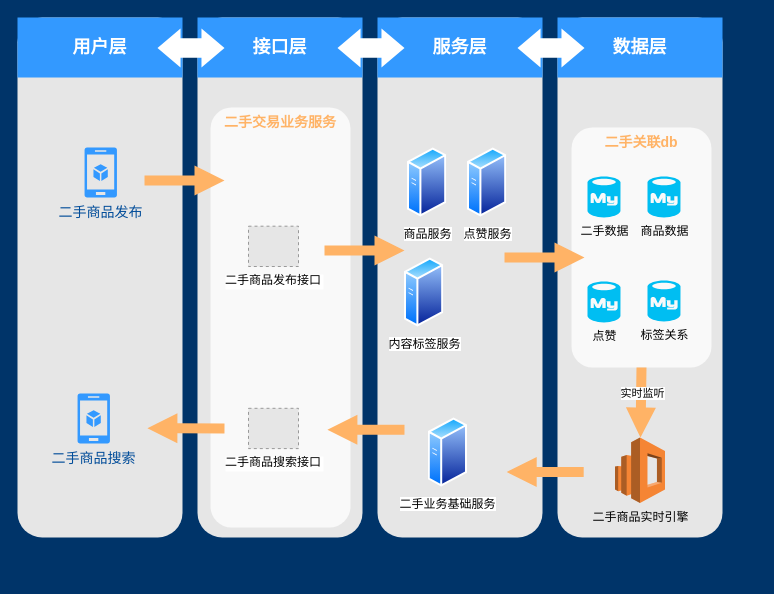
This is recycleitemtag.drawio from killermyth/Documents, a draw.io file, before an edit. Source tidied: cells renumbered, new cells numbered last; positions are measured from the earlier drawing's top-left corner, leaving out a move shared by most shapes. Both pictures are drawn from the tidied source at 100%, with x=0, y=0 at pixel (17, 17). Pictures stored in the file or linked from it are replaced by grey dashed boxes.
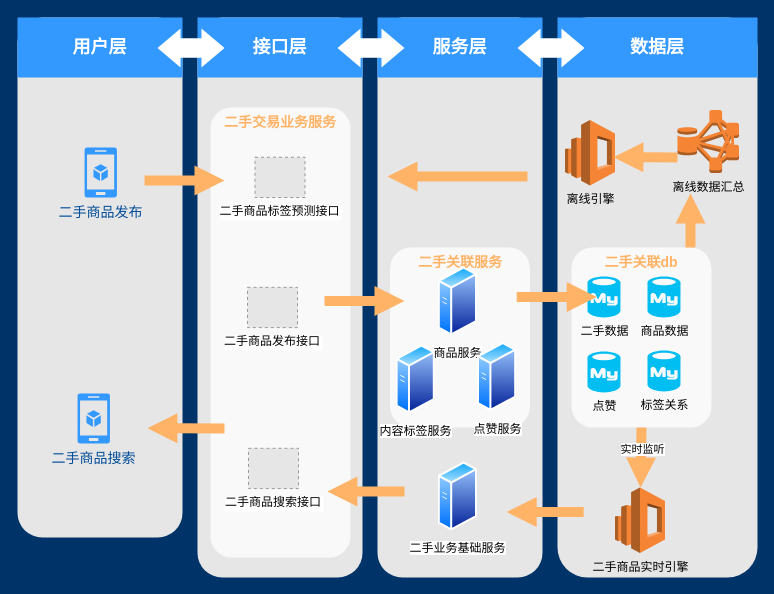
After the change.

The edit, as a diff of the source:
```diff
@@
     <mxCell id="3" style="rounded=1;whiteSpace=wrap;html=1;dashed=1;strokeColor=none;strokeWidth=2;fillColor=#E6E6E6;fontFamily=Verdana;fontSize=12;fontColor=#00BEF2;" parent="1" vertex="1">
-      <mxGeometry x="180" width="165" height="520" as="geometry" />
+      <mxGeometry x="180" width="165" height="560" as="geometry" />
     </mxCell>
     <mxCell id="4" style="rounded=1;whiteSpace=wrap;html=1;dashed=1;strokeColor=none;strokeWidth=2;fillColor=#E6E6E6;fontFamily=Verdana;fontSize=12;fontColor=#00BEF2;" parent="1" vertex="1">
-      <mxGeometry x="360" width="165" height="520" as="geometry" />
+      <mxGeometry x="360" width="165" height="560" as="geometry" />
     </mxCell>
     <mxCell id="5" style="rounded=1;whiteSpace=wrap;html=1;dashed=1;strokeColor=none;strokeWidth=2;fillColor=#E6E6E6;fontFamily=Verdana;fontSize=12;fontColor=#00BEF2;" parent="1" vertex="1">
-      <mxGeometry x="540" width="165" height="520" as="geometry" />
+      <mxGeometry x="540" width="200" height="560" as="geometry" />
     </mxCell>
@@
     <mxCell id="9" value="数据层" style="whiteSpace=wrap;html=1;dashed=1;strokeColor=none;strokeWidth=2;fillColor=#3399FF;fontFamily=Helvetica;fontSize=18;fontColor=#FFFFFF;fontStyle=1;" parent="1" vertex="1">
-      <mxGeometry x="540" width="165" height="60" as="geometry" />
+      <mxGeometry x="540" width="200" height="60" as="geometry" />
     </mxCell>
@@
     <mxCell id="14" value="二手关联db" style="rounded=1;whiteSpace=wrap;html=1;dashed=1;strokeColor=none;strokeWidth=2;fillColor=#FFFFFF;fontFamily=Helvetica;fontSize=14;fontColor=#FFB366;opacity=75;verticalAlign=top;fontStyle=1;" parent="1" vertex="1">
-      <mxGeometry x="554" y="110" width="140" height="240" as="geometry" />
+      <mxGeometry x="554" y="230" width="140" height="180" as="geometry" />
     </mxCell>
     <mxCell id="15" value="二手交易业务服务" style="rounded=1;whiteSpace=wrap;html=1;dashed=1;strokeColor=none;strokeWidth=2;fillColor=#FFFFFF;fontFamily=Helvetica;fontSize=14;fontColor=#FFB366;opacity=75;verticalAlign=top;fontStyle=1;" parent="1" vertex="1">
-      <mxGeometry x="193" y="90" width="140" height="420" as="geometry" />
+      <mxGeometry x="193" y="90" width="140" height="450" as="geometry" />
     </mxCell>
@@
-    <mxCell id="17" style="arrow;html=1;endArrow=block;endFill=1;strokeColor=none;strokeWidth=4;fontFamily=Helvetica;fontSize=36;fontColor=#FFB366;fillColor=#FFB366;opacity=100;" parent="1" edge="1">
-      <mxGeometry relative="1" as="geometry">
-        <mxPoint x="307" y="233" as="sourcePoint" />
-        <mxPoint x="387" y="233" as="targetPoint" />
-      </mxGeometry>
-    </mxCell>
-    <mxCell id="18" style="arrow;html=1;endArrow=block;endFill=1;strokeColor=none;strokeWidth=4;fontFamily=Helvetica;fontSize=36;fontColor=#FFB366;fillColor=#FFB366;" parent="1" edge="1">
-      <mxGeometry relative="1" as="geometry">
-        <mxPoint x="487" y="240" as="sourcePoint" />
-        <mxPoint x="567" y="240" as="targetPoint" />
-      </mxGeometry>
-    </mxCell>
@@
     <mxCell id="20" value="二手商品发布接口" style="fillColor=#E6E6E6;strokeColor=#999999;dashed=1;verticalLabelPosition=bottom;labelBackgroundColor=#ffffff;verticalAlign=top;" parent="1" vertex="1">
-      <mxGeometry x="231" y="208.7" width="50" height="40.3" as="geometry" />
+      <mxGeometry x="230" y="269.8" width="50" height="40.3" as="geometry" />
     </mxCell>
     <mxCell id="21" value="二手商品搜索接口" style="fillColor=#E6E6E6;strokeColor=#999999;dashed=1;verticalLabelPosition=bottom;labelBackgroundColor=#ffffff;verticalAlign=top;" parent="1" vertex="1">
-      <mxGeometry x="231" y="390.8" width="50" height="40.3" as="geometry" />
+      <mxGeometry x="231" y="430.8" width="50" height="40.3" as="geometry" />
     </mxCell>
     <mxCell id="22" value="二手数据" style="verticalLabelPosition=bottom;html=1;verticalAlign=top;align=center;strokeColor=none;fillColor=#00BEF2;shape=mxgraph.azure.mysql_database;" parent="1" vertex="1">
-      <mxGeometry x="570" y="159" width="33" height="41" as="geometry" />
+      <mxGeometry x="570" y="259" width="33" height="41" as="geometry" />
     </mxCell>
     <mxCell id="23" value="商品数据" style="verticalLabelPosition=bottom;html=1;verticalAlign=top;align=center;strokeColor=none;fillColor=#00BEF2;shape=mxgraph.azure.mysql_database;" parent="1" vertex="1">
-      <mxGeometry x="630" y="159" width="33" height="41" as="geometry" />
+      <mxGeometry x="630" y="259" width="33" height="41" as="geometry" />
     </mxCell>
     <mxCell id="24" value="标签关系" style="verticalLabelPosition=bottom;html=1;verticalAlign=top;align=center;strokeColor=none;fillColor=#00BEF2;shape=mxgraph.azure.mysql_database;" parent="1" vertex="1">
-      <mxGeometry x="630" y="263" width="33" height="41" as="geometry" />
+      <mxGeometry x="630" y="333" width="33" height="41" as="geometry" />
     </mxCell>
     <mxCell id="25" value="点赞" style="verticalLabelPosition=bottom;html=1;verticalAlign=top;align=center;strokeColor=none;fillColor=#00BEF2;shape=mxgraph.azure.mysql_database;" parent="1" vertex="1">
-      <mxGeometry x="570" y="264" width="33" height="41" as="geometry" />
+      <mxGeometry x="570" y="334" width="33" height="41" as="geometry" />
     </mxCell>
     <mxCell id="26" value="二手商品实时引擎" style="outlineConnect=0;dashed=0;verticalLabelPosition=bottom;verticalAlign=top;align=center;html=1;shape=mxgraph.aws3.elasticsearch_service;fillColor=#F58534;gradientColor=none;" parent="1" vertex="1">
-      <mxGeometry x="597.5" y="420" width="50" height="65.5" as="geometry" />
+      <mxGeometry x="597.5" y="470" width="50" height="65.5" as="geometry" />
     </mxCell>
@@
+    <mxCell id="32" value="二手业务基础服务" style="perimeter=ellipsePerimeter;html=1;align=center;shadow=0;dashed=0;spacingTop=3;image;image=img/lib/active_directory/generic_server.svg;" parent="1" vertex="1">
+      <mxGeometry x="420.8" y="444" width="39.2" height="70" as="geometry" />
+    </mxCell>
+    <mxCell id="34" style="arrow;html=1;endArrow=block;endFill=1;strokeColor=none;strokeWidth=4;fontFamily=Helvetica;fontSize=36;fontColor=#FFB366;fillColor=#FFB366;" parent="1" edge="1">
+      <mxGeometry relative="1" as="geometry">
+        <mxPoint x="207" y="410.9" as="sourcePoint" />
+        <mxPoint x="129.9" y="410.8" as="targetPoint" />
+      </mxGeometry>
+    </mxCell>
+    <mxCell id="35" style="arrow;html=1;endArrow=block;endFill=1;strokeColor=none;strokeWidth=4;fontFamily=Helvetica;fontSize=36;fontColor=#FFB366;fillColor=#FFB366;" parent="1" edge="1">
+      <mxGeometry relative="1" as="geometry">
+        <mxPoint x="566.2" y="494.6" as="sourcePoint" />
+        <mxPoint x="489.2" y="494.5" as="targetPoint" />
+      </mxGeometry>
+    </mxCell>
+    <mxCell id="36" value="离线数据汇总" style="dashed=0;verticalLabelPosition=bottom;verticalAlign=top;align=center;html=1;shape=mxgraph.aws3.hdfs_cluster;fillColor=#F58534;gradientColor=none;" parent="1" vertex="1">
+      <mxGeometry x="660" y="92.5" width="61.5" height="63" as="geometry" />
+    </mxCell>
+    <mxCell id="37" style="arrow;html=1;endArrow=block;endFill=1;strokeColor=none;strokeWidth=4;fontFamily=Helvetica;fontSize=36;fontColor=#FFB366;fillColor=#FFB366;" parent="1" edge="1">
+      <mxGeometry relative="1" as="geometry">
+        <mxPoint x="673" y="230" as="sourcePoint" />
+        <mxPoint x="673" y="176" as="targetPoint" />
+      </mxGeometry>
+    </mxCell>
+    <mxCell id="38" value="二手关联服务" style="rounded=1;whiteSpace=wrap;html=1;dashed=1;strokeColor=none;strokeWidth=2;fillColor=#FFFFFF;fontFamily=Helvetica;fontSize=14;fontColor=#FFB366;opacity=75;verticalAlign=top;fontStyle=1;" parent="1" vertex="1">
+      <mxGeometry x="372.5" y="230" width="140" height="180" as="geometry" />
+    </mxCell>
+    <mxCell id="39" style="arrow;html=1;endArrow=block;endFill=1;strokeColor=none;strokeWidth=4;fontFamily=Helvetica;fontSize=36;fontColor=#FFB366;fillColor=#FFB366;" parent="1" edge="1">
+      <mxGeometry relative="1" as="geometry">
+        <mxPoint x="499.2" y="279.5" as="sourcePoint" />
+        <mxPoint x="579.2" y="279.5" as="targetPoint" />
+      </mxGeometry>
+    </mxCell>
+    <mxCell id="31" value="内容标签服务" style="perimeter=ellipsePerimeter;html=1;align=center;shadow=0;dashed=0;spacingTop=3;image;image=img/lib/active_directory/generic_server.svg;" parent="1" vertex="1">
+      <mxGeometry x="378.6" y="327" width="39.2" height="70" as="geometry" />
+    </mxCell>
     <mxCell id="29" value="商品服务" style="perimeter=ellipsePerimeter;html=1;align=center;shadow=0;dashed=0;spacingTop=3;image;image=img/lib/active_directory/generic_server.svg;" parent="1" vertex="1">
-      <mxGeometry x="390" y="130" width="39.2" height="70" as="geometry" />
+      <mxGeometry x="420.8" y="249" width="39.2" height="70" as="geometry" />
     </mxCell>
     <mxCell id="30" value="点赞服务" style="perimeter=ellipsePerimeter;html=1;align=center;shadow=0;dashed=0;spacingTop=3;image;image=img/lib/active_directory/generic_server.svg;" parent="1" vertex="1">
-      <mxGeometry x="450" y="130" width="39.2" height="70" as="geometry" />
+      <mxGeometry x="460" y="324.5" width="39.2" height="70" as="geometry" />
     </mxCell>
-    <mxCell id="31" value="内容标签服务" style="perimeter=ellipsePerimeter;html=1;align=center;shadow=0;dashed=0;spacingTop=3;image;image=img/lib/active_directory/generic_server.svg;" parent="1" vertex="1">
-      <mxGeometry x="387" y="240" width="39.2" height="70" as="geometry" />
-    </mxCell>
-    <mxCell id="32" value="二手业务基础服务" style="perimeter=ellipsePerimeter;html=1;align=center;shadow=0;dashed=0;spacingTop=3;image;image=img/lib/active_directory/generic_server.svg;" parent="1" vertex="1">
-      <mxGeometry x="410.8" y="400" width="39.2" height="70" as="geometry" />
-    </mxCell>
-    <mxCell id="33" style="arrow;html=1;endArrow=block;endFill=1;strokeColor=none;strokeWidth=4;fontFamily=Helvetica;fontSize=36;fontColor=#FFB366;fillColor=#FFB366;" parent="1" edge="1">
-      <mxGeometry relative="1" as="geometry">
-        <mxPoint x="387" y="412.3" as="sourcePoint" />
-        <mxPoint x="309.9" y="412.2" as="targetPoint" />
-      </mxGeometry>
-    </mxCell>
-    <mxCell id="34" style="arrow;html=1;endArrow=block;endFill=1;strokeColor=none;strokeWidth=4;fontFamily=Helvetica;fontSize=36;fontColor=#FFB366;fillColor=#FFB366;" parent="1" edge="1">
-      <mxGeometry relative="1" as="geometry">
-        <mxPoint x="207" y="410.9" as="sourcePoint" />
-        <mxPoint x="129.9" y="410.8" as="targetPoint" />
-      </mxGeometry>
-    </mxCell>
-    <mxCell id="35" style="arrow;html=1;endArrow=block;endFill=1;strokeColor=none;strokeWidth=4;fontFamily=Helvetica;fontSize=36;fontColor=#FFB366;fillColor=#FFB366;" parent="1" edge="1">
-      <mxGeometry relative="1" as="geometry">
-        <mxPoint x="566.2" y="454.6" as="sourcePoint" />
-        <mxPoint x="489.2" y="454.5" as="targetPoint" />
-      </mxGeometry>
-    </mxCell>
+    <mxCell id="40" style="arrow;html=1;endArrow=block;endFill=1;strokeColor=none;strokeWidth=4;fontFamily=Helvetica;fontSize=36;fontColor=#FFB366;fillColor=#FFB366;opacity=100;" parent="1" edge="1">
+      <mxGeometry relative="1" as="geometry">
+        <mxPoint x="307" y="283.5" as="sourcePoint" />
+        <mxPoint x="387" y="283.5" as="targetPoint" />
+      </mxGeometry>
+    </mxCell>
+    <mxCell id="41" value="二手商品标签预测接口" style="fillColor=#E6E6E6;strokeColor=#999999;dashed=1;verticalLabelPosition=bottom;labelBackgroundColor=#ffffff;verticalAlign=top;" parent="1" vertex="1">
+      <mxGeometry x="237.5" y="139.7" width="50" height="40.3" as="geometry" />
+    </mxCell>
+    <mxCell id="42" style="arrow;html=1;endArrow=block;endFill=1;strokeColor=none;strokeWidth=4;fontFamily=Helvetica;fontSize=36;fontColor=#FFB366;fillColor=#FFB366;" parent="1" edge="1">
+      <mxGeometry relative="1" as="geometry">
+        <mxPoint x="387" y="474.1" as="sourcePoint" />
+        <mxPoint x="309.9" y="474" as="targetPoint" />
+      </mxGeometry>
+    </mxCell>
+    <mxCell id="43" style="arrow;html=1;endArrow=block;endFill=1;strokeColor=none;strokeWidth=4;fontFamily=Helvetica;fontSize=36;fontColor=#FFB366;fillColor=#FFB366;" parent="1" edge="1">
+      <mxGeometry relative="1" as="geometry">
+        <mxPoint x="510" y="159" as="sourcePoint" />
+        <mxPoint x="370" y="159" as="targetPoint" />
+      </mxGeometry>
+    </mxCell>
+    <mxCell id="44" value="离线引擎" style="dashed=0;verticalLabelPosition=bottom;verticalAlign=top;align=center;html=1;shape=mxgraph.aws3.elasticsearch_service;fillColor=#F58534;gradientColor=none;" parent="1" vertex="1">
+      <mxGeometry x="547.5" y="102.5" width="50" height="65.5" as="geometry" />
+    </mxCell>
+    <mxCell id="45" style="arrow;html=1;endArrow=block;endFill=1;strokeColor=none;strokeWidth=4;fontFamily=Helvetica;fontSize=36;fontColor=#FFB366;fillColor=#FFB366;" parent="1" edge="1">
+      <mxGeometry relative="1" as="geometry">
+        <mxPoint x="660" y="140" as="sourcePoint" />
+        <mxPoint x="595.9" y="139.7" as="targetPoint" />
+      </mxGeometry>
+    </mxCell>
```
